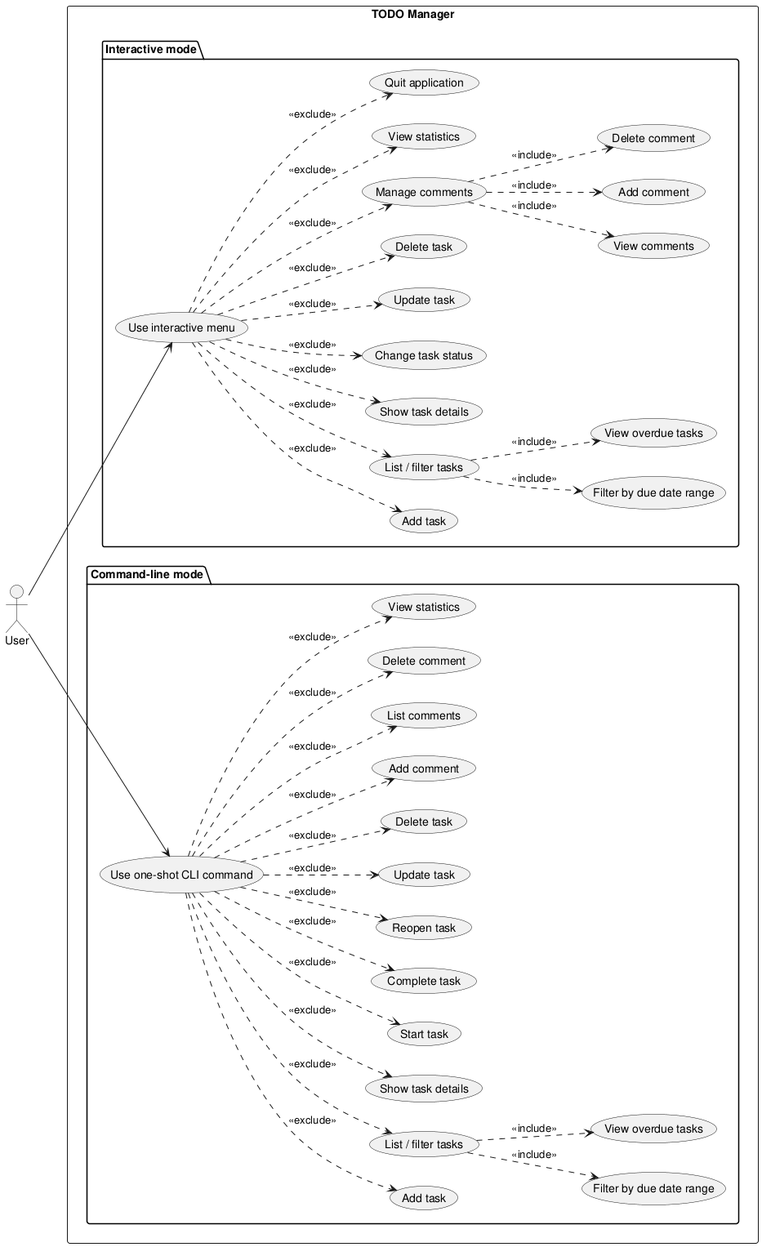
This is experiments/supervisor_as_tools/structured_text/TODO/artifacts/use_case_diagram.png from DanielRiha8906/Software_autoevolution_using_agents, a PlantUML export, as it was before one commit.
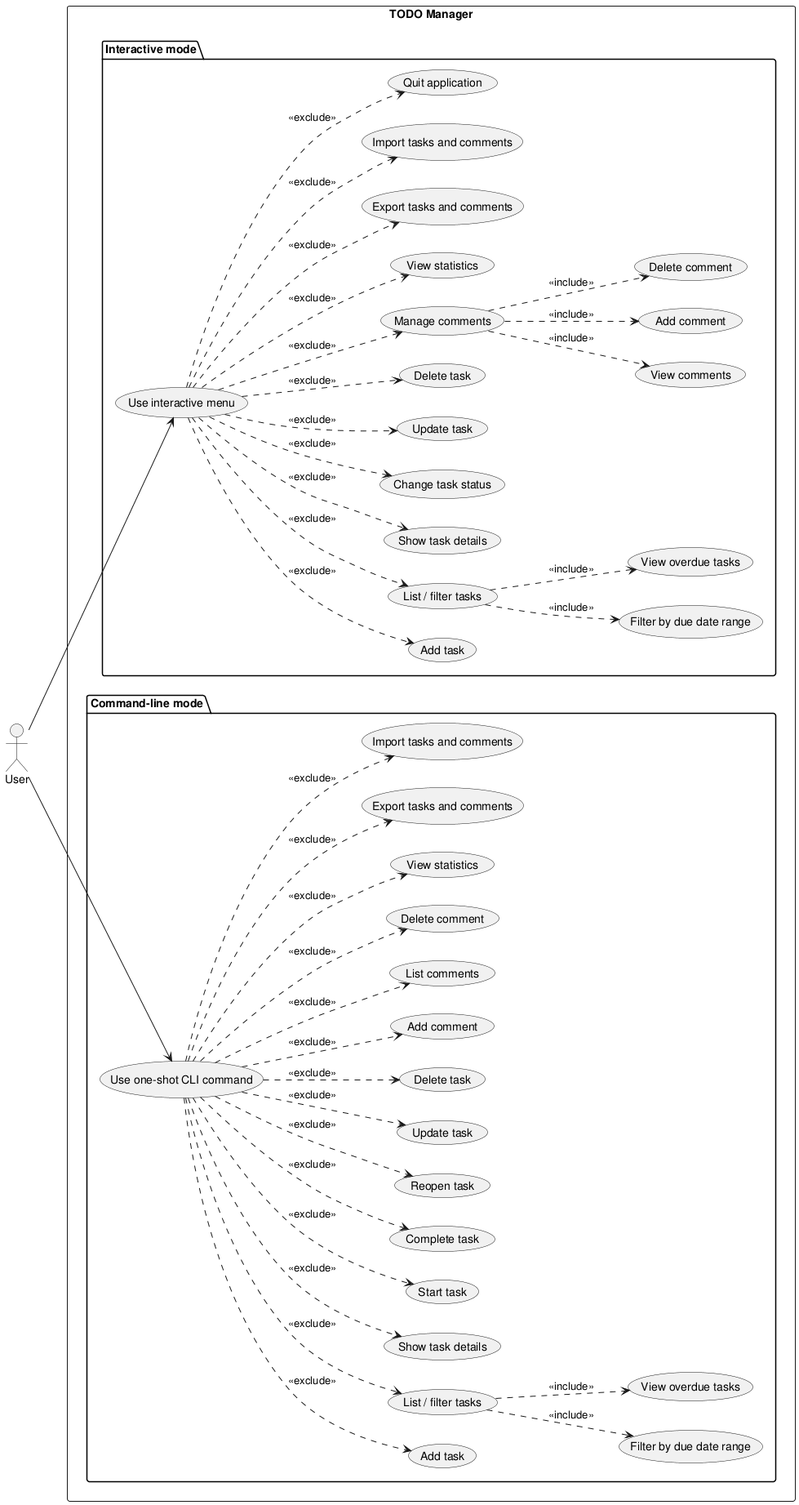
Above is the later version.

The edit, as a diff of the source:
```diff
@@ -21,6 +21,8 @@
     usecase "Add comment" as I_ADD_COMMENT
     usecase "Delete comment" as I_DELETE_COMMENT
     usecase "View statistics" as I_STATS
+    usecase "Export tasks and comments" as I_EXPORT
+    usecase "Import tasks and comments" as I_IMPORT
     usecase "Quit application" as I_QUIT
   }
 
@@ -40,6 +42,8 @@
     usecase "List comments" as C_LIST_COMMENTS
     usecase "Delete comment" as C_DELETE_COMMENT
     usecase "View statistics" as C_STATS
+    usecase "Export tasks and comments" as C_EXPORT
+    usecase "Import tasks and comments" as C_IMPORT
   }
 }
 
@@ -59,6 +63,8 @@
 I_COMMENTS ..> I_ADD_COMMENT      : <<include>>
 I_COMMENTS ..> I_DELETE_COMMENT   : <<include>>
 UI ..> I_STATS     : <<exclude>>
+UI ..> I_EXPORT    : <<exclude>>
+UI ..> I_IMPORT    : <<exclude>>
 UI ..> I_QUIT      : <<exclude>>
 
 CLI ..> C_ADD            : <<exclude>>
@@ -75,5 +81,7 @@
 CLI ..> C_LIST_COMMENTS  : <<exclude>>
 CLI ..> C_DELETE_COMMENT : <<exclude>>
 CLI ..> C_STATS          : <<exclude>>
+CLI ..> C_EXPORT         : <<exclude>>
+CLI ..> C_IMPORT         : <<exclude>>
 
 @enduml
```
